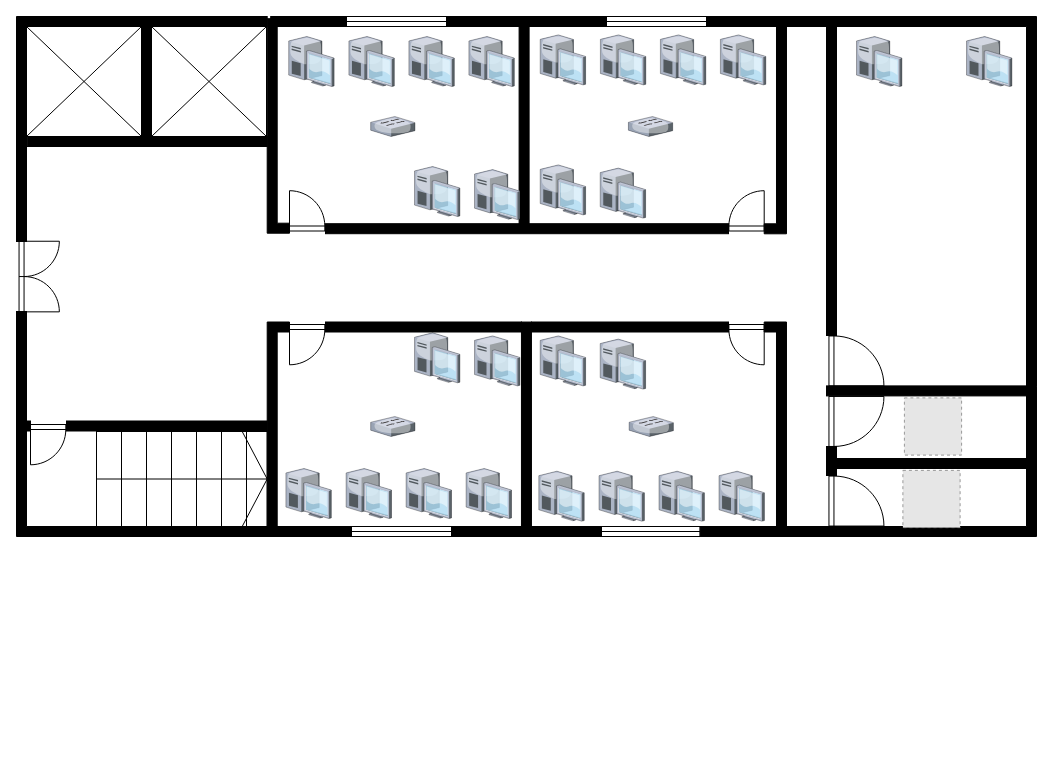
Before: page "Page-1" (1 of 4) of Biểu đồ không có tiêu đề.drawio in thdngh/jdz, a draw.io diagram. Source tidied: cells renumbered, new cells numbered last; positions are measured from the earlier drawing's top-left corner, leaving out a move shared by most shapes. Both pictures are drawn from the tidied source at 100%, with x=0, y=0 at pixel (2, 16). Pictures stored in the file or linked from it are replaced by grey dashed boxes.
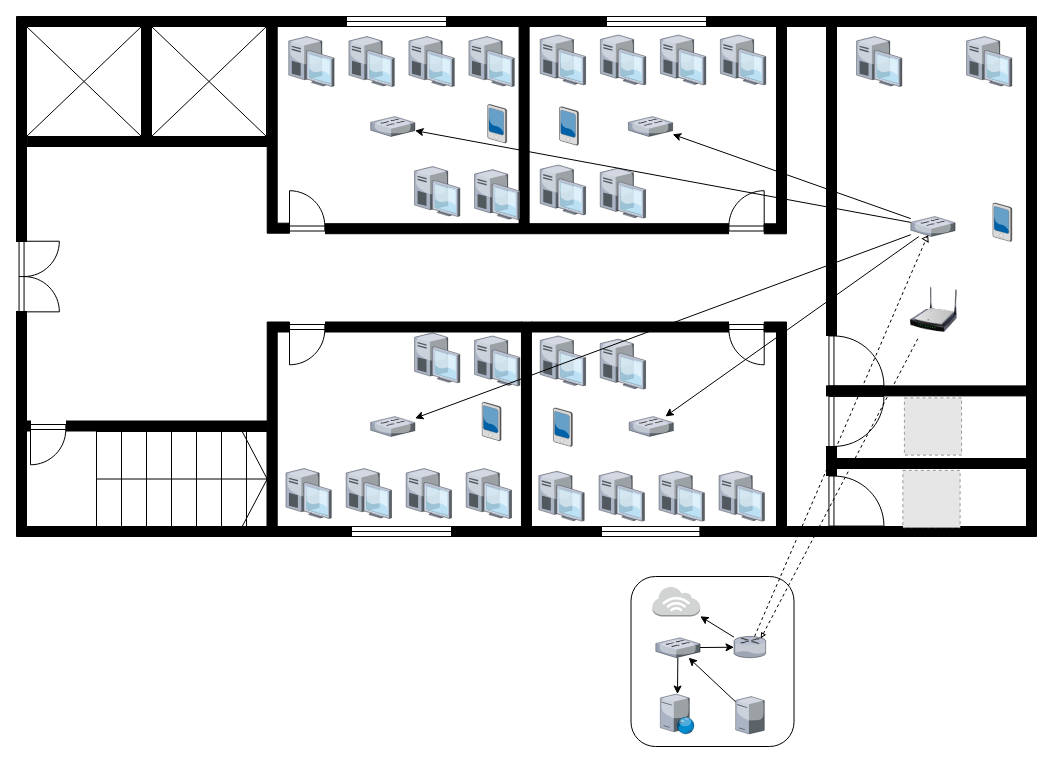
After the change.

Commit message:
Cập nhật Biểu đồ không có tiêu đề.drawio

Unchanged cells that the change refers to:
```xml
<mxCell id="2" style="verticalLabelPosition=bottom;sketch=0;html=1;verticalAlign=top;strokeColor=none;align=center;outlineConnect=0;shape=mxgraph.citrix.switch;fillColor=none;" parent="1" vertex="1">
  <mxGeometry x="625.9" y="100" width="44.3" height="20" as="geometry" />
</mxCell>
<mxCell id="3" style="verticalLabelPosition=bottom;sketch=0;html=1;verticalAlign=top;strokeColor=none;align=center;outlineConnect=0;shape=mxgraph.citrix.switch;fillColor=none;" parent="1" vertex="1">
  <mxGeometry x="368.2" y="100" width="44.3" height="20" as="geometry" />
</mxCell>
<mxCell id="4" style="verticalLabelPosition=bottom;sketch=0;html=1;verticalAlign=top;strokeColor=none;align=center;outlineConnect=0;shape=mxgraph.citrix.switch;fillColor=none;" parent="1" vertex="1">
  <mxGeometry x="368.2" y="400" width="44.3" height="20" as="geometry" />
</mxCell>
<mxCell id="5" style="verticalLabelPosition=bottom;sketch=0;html=1;verticalAlign=top;strokeColor=none;align=center;outlineConnect=0;shape=mxgraph.citrix.switch;fillColor=none;" parent="1" vertex="1">
  <mxGeometry x="626.6" y="400" width="44.3" height="20" as="geometry" />
</mxCell>
```

Change to the diagram source:
```diff
@@
+    <mxCell id="80" style="rounded=1;whiteSpace=wrap;html=1;fillColor=none;" parent="1" vertex="1">
+      <mxGeometry x="628.5" y="560" width="163" height="170" as="geometry" />
+    </mxCell>
@@
     <mxCell id="27" style="verticalLabelPosition=bottom;html=1;verticalAlign=top;align=center;shape=mxgraph.floorplan.wall;fillColor=strokeColor;" parent="1" vertex="1">
-      <mxGeometry x="268.2" width="75.8" height="10" as="geometry" />
+      <mxGeometry x="257" width="87" height="10" as="geometry" />
     </mxCell>
@@
+    <mxCell id="81" style="verticalLabelPosition=bottom;sketch=0;html=1;verticalAlign=top;strokeColor=none;align=center;outlineConnect=0;shape=mxgraph.citrix.switch;fillColor=none;" parent="1" vertex="1">
+      <mxGeometry x="908.3" y="200" width="44.3" height="20" as="geometry" />
+    </mxCell>
+    <mxCell id="82" style="image;html=1;image=img/lib/clip_art/networking/Wireless_Router_N_128x128.png;fillColor=none;flipV=0;flipH=1;" parent="1" vertex="1">
+      <mxGeometry x="907" y="266.9" width="47" height="52.6" as="geometry" />
+    </mxCell>
+    <mxCell id="83" style="endArrow=classic;html=1;rounded=0;" parent="1" edge="1" source="81" target="5">
+      <mxGeometry relative="1" as="geometry" />
+    </mxCell>
+    <mxCell id="84" style="endArrow=classic;html=1;rounded=0;" parent="1" edge="1" source="81" target="4">
+      <mxGeometry relative="1" as="geometry" />
+    </mxCell>
+    <mxCell id="85" style="endArrow=classic;html=1;rounded=0;" parent="1" edge="1" source="81" target="2">
+      <mxGeometry relative="1" as="geometry" />
+    </mxCell>
+    <mxCell id="86" style="endArrow=classic;html=1;rounded=0;" parent="1" edge="1" source="81" target="3">
+      <mxGeometry relative="1" as="geometry" />
+    </mxCell>
+    <mxCell id="87" style="outlineConnect=0;dashed=0;verticalLabelPosition=bottom;verticalAlign=top;align=center;html=1;shape=mxgraph.aws3.internet_3;fillColor=#D2D3D3;gradientColor=none;" parent="1" vertex="1">
+      <mxGeometry x="649.9" y="570" width="47.8" height="30" as="geometry" />
+    </mxCell>
+    <mxCell id="88" style="verticalLabelPosition=bottom;sketch=0;html=1;verticalAlign=top;strokeColor=none;align=center;outlineConnect=0;shape=mxgraph.citrix.router;fillColor=none;" parent="1" vertex="1">
+      <mxGeometry x="731.5" y="620" width="32" height="21.2" as="geometry" />
+    </mxCell>
+    <mxCell id="89" style="verticalLabelPosition=bottom;sketch=0;html=1;verticalAlign=top;strokeColor=none;align=center;outlineConnect=0;shape=mxgraph.citrix.switch;fillColor=none;" parent="1" vertex="1">
+      <mxGeometry x="653.3" y="621.2" width="44.3" height="20" as="geometry" />
+    </mxCell>
+    <mxCell id="90" style="verticalLabelPosition=bottom;sketch=0;html=1;verticalAlign=top;strokeColor=none;align=center;outlineConnect=0;shape=mxgraph.citrix.web_server;fillColor=none;" parent="1" vertex="1">
+      <mxGeometry x="657.8" y="677.5" width="34" height="40" as="geometry" />
+    </mxCell>
+    <mxCell id="91" style="verticalLabelPosition=bottom;sketch=0;html=1;verticalAlign=top;strokeColor=none;align=center;outlineConnect=0;shape=mxgraph.citrix.license_server;fillColor=none;" parent="1" vertex="1">
+      <mxGeometry x="733.1" y="680" width="28.7" height="37.5" as="geometry" />
+    </mxCell>
+    <mxCell id="92" style="endArrow=classic;html=1;rounded=0;" parent="1" edge="1" source="91" target="89">
+      <mxGeometry relative="1" as="geometry" />
+    </mxCell>
+    <mxCell id="93" style="endArrow=classic;html=1;rounded=0;" parent="1" edge="1" source="88" target="87">
+      <mxGeometry relative="1" as="geometry" />
+    </mxCell>
+    <mxCell id="94" style="endArrow=classic;html=1;rounded=0;" parent="1" edge="1" source="89" target="88">
+      <mxGeometry relative="1" as="geometry" />
+    </mxCell>
+    <mxCell id="95" style="endArrow=classic;html=1;rounded=0;" parent="1" edge="1" source="89" target="90">
+      <mxGeometry relative="1" as="geometry" />
+    </mxCell>
+    <mxCell id="96" style="endArrow=none;dashed=1;html=1;rounded=0;startArrow=none;" parent="1" edge="1" source="100" target="81">
+      <mxGeometry relative="1" as="geometry" />
+    </mxCell>
+    <mxCell id="97" style="endArrow=none;dashed=1;html=1;rounded=0;startArrow=none;" parent="1" edge="1" source="98" target="82">
+      <mxGeometry relative="1" as="geometry" />
+    </mxCell>
+    <mxCell id="98" style="triangle;whiteSpace=wrap;html=1;fillColor=none;rotation=120;" parent="1" vertex="1">
+      <mxGeometry x="757.7" y="617" width="4.2" height="4.2" as="geometry" />
+    </mxCell>
+    <mxCell id="99" style="endArrow=none;dashed=1;html=1;rounded=0;" parent="1" edge="1" source="88" target="98">
+      <mxGeometry relative="1" as="geometry" />
+    </mxCell>
+    <mxCell id="100" style="triangle;whiteSpace=wrap;html=1;fillColor=none;rotation=-60;" parent="1" vertex="1">
+      <mxGeometry x="921.5" y="218.3" width="5" height="6.7" as="geometry" />
+    </mxCell>
+    <mxCell id="101" style="endArrow=none;dashed=1;html=1;rounded=0;" parent="1" edge="1" source="88" target="100">
+      <mxGeometry relative="1" as="geometry" />
+    </mxCell>
+    <mxCell id="102" style="verticalLabelPosition=bottom;sketch=0;html=1;verticalAlign=top;strokeColor=none;align=center;shape=mxgraph.citrix.pda;fillColor=none;" parent="1" vertex="1">
+      <mxGeometry x="550.9" y="391.4" width="19" height="38.6" as="geometry" />
+    </mxCell>
+    <mxCell id="103" style="verticalLabelPosition=bottom;sketch=0;html=1;verticalAlign=top;strokeColor=none;align=center;shape=mxgraph.citrix.pda;fillColor=none;" parent="1" vertex="1">
+      <mxGeometry x="479.6" y="385.7" width="19" height="38.6" as="geometry" />
+    </mxCell>
+    <mxCell id="104" style="verticalLabelPosition=bottom;sketch=0;html=1;verticalAlign=top;strokeColor=none;align=center;shape=mxgraph.citrix.pda;fillColor=none;" parent="1" vertex="1">
+      <mxGeometry x="485.2" y="87.9" width="19" height="38.6" as="geometry" />
+    </mxCell>
+    <mxCell id="105" style="verticalLabelPosition=bottom;sketch=0;html=1;verticalAlign=top;strokeColor=none;align=center;shape=mxgraph.citrix.pda;fillColor=none;" parent="1" vertex="1">
+      <mxGeometry x="557" y="90.2" width="19" height="38.6" as="geometry" />
+    </mxCell>
+    <mxCell id="106" style="verticalLabelPosition=bottom;sketch=0;html=1;verticalAlign=top;strokeColor=none;align=center;shape=mxgraph.citrix.pda;fillColor=none;" parent="1" vertex="1">
+      <mxGeometry x="990.4" y="186.4" width="19" height="38.6" as="geometry" />
+    </mxCell>
```
